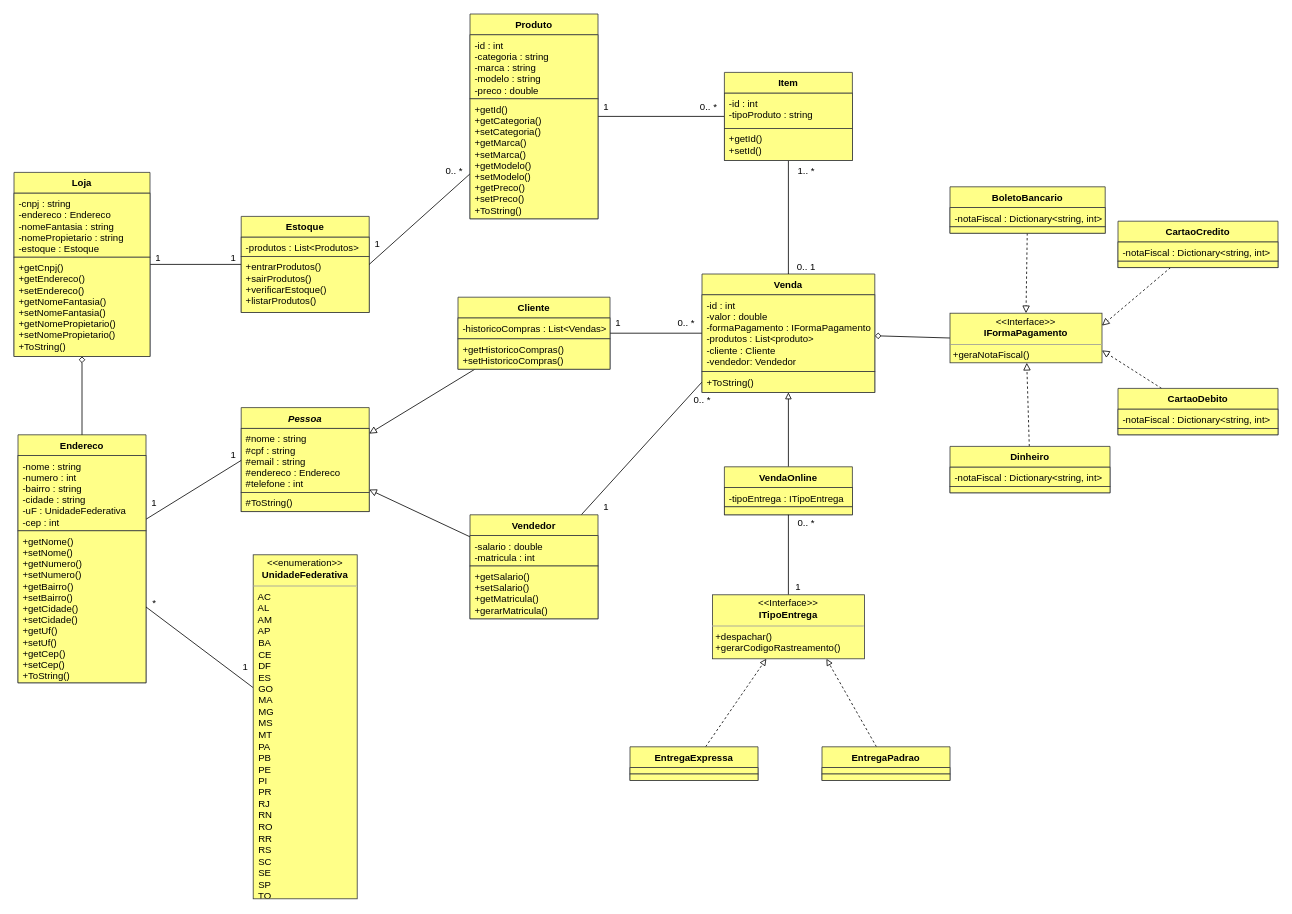
HenriqueMiossi/Loja-de-Roupas keeps this draw.io diagram as docs/loja-de-roupas.drawio.xml. Above is the earlier version. Source tidied: cells renumbered, new cells numbered last; positions are measured from the earlier drawing's top-left corner, leaving out a move shared by most shapes. Both pictures are drawn from the tidied source at 80%, with x=0, y=0 at pixel (14, 14).
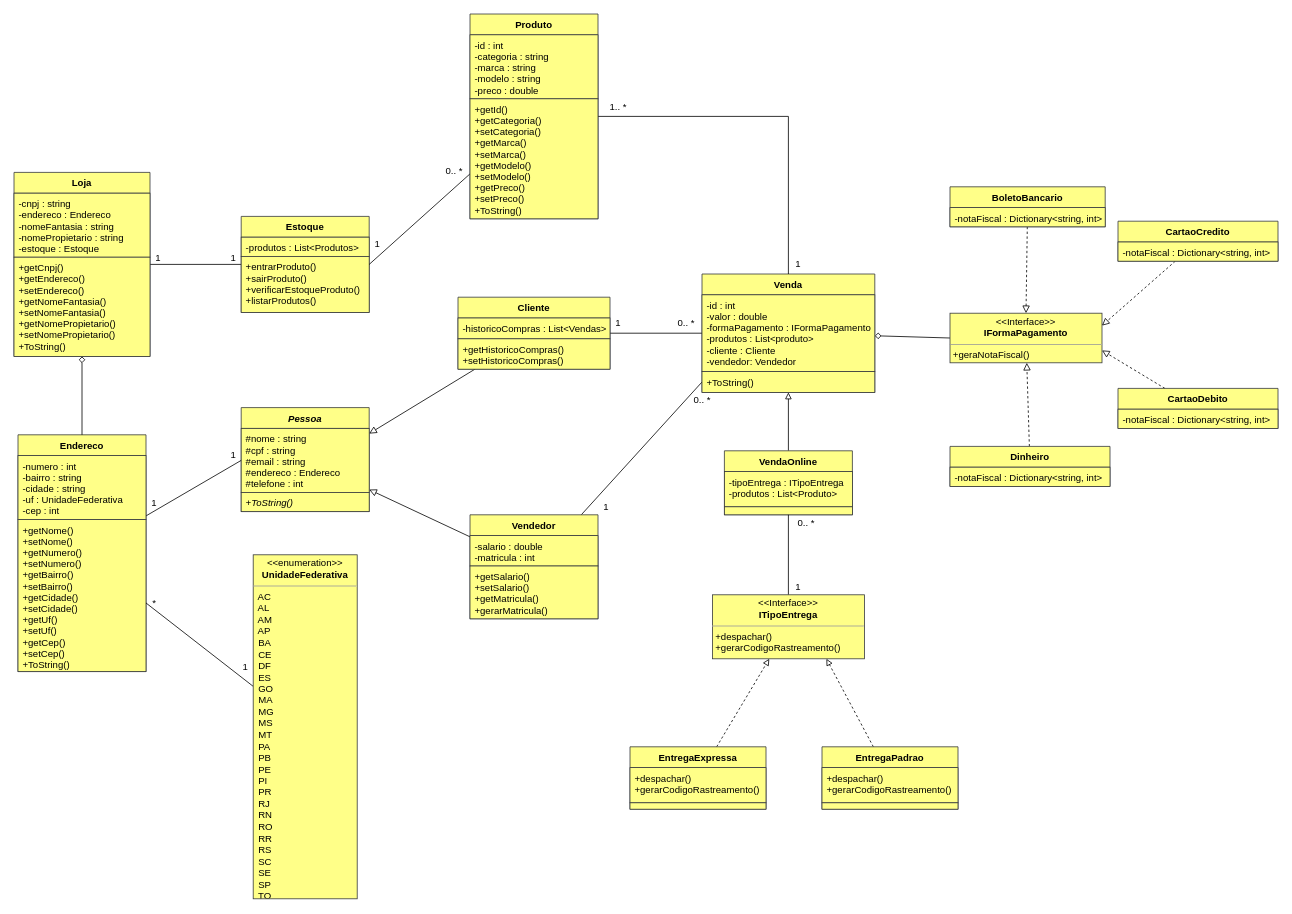
After the change.

The change refers to these unchanged cells:
```xml
<mxCell id="2" value="Pessoa" style="swimlane;fontStyle=3;align=center;verticalAlign=top;horizontal=1;startSize=26;strokeColor=#36393d;fillColor=#ffff88;" parent="1" vertex="1">
  <mxGeometry x="284" y="492" width="160" height="130" as="geometry" />
</mxCell>
<mxCell id="25" value="Venda" style="swimlane;fontStyle=1;align=center;verticalAlign=top;horizontal=1;startSize=26;strokeColor=#36393d;fillColor=#ffff88;" parent="1" vertex="1">
  <mxGeometry x="860" y="325" width="216" height="148" as="geometry" />
</mxCell>
<mxCell id="28" value="Estoque" style="swimlane;fontStyle=1;align=center;verticalAlign=top;horizontal=1;startSize=26;strokeColor=#36393d;fillColor=#ffff88;" parent="1" vertex="1">
  <mxGeometry x="284" y="253" width="160" height="120" as="geometry" />
</mxCell>
<mxCell id="33" value="Produto" style="swimlane;fontStyle=1;align=center;verticalAlign=top;horizontal=1;startSize=26;strokeColor=#36393d;fillColor=#ffff88;" parent="1" vertex="1">
  <mxGeometry x="570" width="160" height="256" as="geometry" />
</mxCell>
```

Diff of the diagram source:
```diff
@@
-    <mxCell id="4" value="#ToString()" style="text;strokeColor=#36393d;fillColor=#ffff88;align=left;verticalAlign=top;spacingLeft=4;spacingRight=4;overflow=hidden;fontStyle=0;" parent="2" vertex="1">
+    <mxCell id="4" value="+ToString()" style="text;strokeColor=#36393d;fillColor=#ffff88;align=left;verticalAlign=top;spacingLeft=4;spacingRight=4;overflow=hidden;fontStyle=2;" parent="2" vertex="1">
       <mxGeometry y="106" width="160" height="24" as="geometry" />
     </mxCell>
@@
     <mxCell id="6" value="Endereco" style="swimlane;fontStyle=1;align=center;verticalAlign=top;horizontal=1;startSize=26;strokeColor=#36393d;fillColor=#ffff88;" parent="1" vertex="1">
-      <mxGeometry x="5" y="526" width="160" height="310" as="geometry" />
+      <mxGeometry x="5" y="526" width="160" height="296" as="geometry" />
     </mxCell>
-    <mxCell id="7" value="-nome : string&#10;-numero : int&#10;-bairro : string&#10;-cidade : string&#10;-uF : UnidadeFederativa&#10;-cep : int" style="text;strokeColor=#36393d;fillColor=#ffff88;align=left;verticalAlign=top;spacingLeft=4;spacingRight=4;overflow=hidden;spacingTop=0;" parent="6" vertex="1">
-      <mxGeometry y="26" width="160" height="94" as="geometry" />
+    <mxCell id="7" value="-numero : int&#10;-bairro : string&#10;-cidade : string&#10;-uf : UnidadeFederativa&#10;-cep : int" style="text;strokeColor=#36393d;fillColor=#ffff88;align=left;verticalAlign=top;spacingLeft=4;spacingRight=4;overflow=hidden;spacingTop=0;" parent="6" vertex="1">
+      <mxGeometry y="26" width="160" height="80" as="geometry" />
     </mxCell>
     <mxCell id="8" value="+getNome()&#10;+setNome()&#10;+getNumero()&#10;+setNumero()&#10;+getBairro()&#10;+setBairro()&#10;+getCidade()&#10;+setCidade()&#10;+getUf()&#10;+setUf()&#10;+getCep()&#10;+setCep()&#10;+ToString()" style="text;strokeColor=#36393d;fillColor=#ffff88;align=left;verticalAlign=top;spacingLeft=4;spacingRight=4;overflow=hidden;fontStyle=0;" parent="6" vertex="1">
-      <mxGeometry y="120" width="160" height="190" as="geometry" />
+      <mxGeometry y="106" width="160" height="190" as="geometry" />
     </mxCell>
@@
-    <mxCell id="30" value="+entrarProdutos()&#10;+sairProdutos()&#10;+verificarEstoque()&#10;+listarProdutos()&#10;" style="text;strokeColor=#36393d;fillColor=#ffff88;align=left;verticalAlign=top;spacingLeft=4;spacingRight=4;overflow=hidden;fontStyle=0;" parent="28" vertex="1">
+    <mxCell id="30" value="+entrarProduto()&#10;+sairProduto()&#10;+verificarEstoqueProduto()&#10;+listarProdutos()&#10;" style="text;strokeColor=#36393d;fillColor=#ffff88;align=left;verticalAlign=top;spacingLeft=4;spacingRight=4;overflow=hidden;fontStyle=0;" parent="28" vertex="1">
       <mxGeometry y="50" width="160" height="70" as="geometry" />
     </mxCell>
@@
-    <mxCell id="32" style="edgeStyle=none;rounded=0;jettySize=auto;html=1;entryX=0;entryY=0.5;entryDx=0;entryDy=0;endArrow=none;endFill=0;" parent="1" edge="1" source="33" target="77">
-      <mxGeometry relative="1" as="geometry" />
-    </mxCell>
+    <mxCell id="92" style="edgeStyle=orthogonalEdgeStyle;rounded=0;jettySize=auto;html=1;entryX=0.5;entryY=0;entryDx=0;entryDy=0;endArrow=none;endFill=0;" parent="1" edge="1" source="33" target="25">
+      <mxGeometry relative="1" as="geometry" />
+    </mxCell>
@@
     <mxCell id="38" value="VendaOnline" style="swimlane;fontStyle=1;align=center;verticalAlign=top;horizontal=1;startSize=26;strokeColor=#36393d;fillColor=#ffff88;" parent="1" vertex="1">
-      <mxGeometry x="888" y="566" width="160" height="60" as="geometry" />
+      <mxGeometry x="888" y="546" width="160" height="80" as="geometry" />
     </mxCell>
-    <mxCell id="39" value="-tipoEntrega : ITipoEntrega" style="text;strokeColor=#36393d;fillColor=#ffff88;align=left;verticalAlign=top;spacingLeft=4;spacingRight=4;overflow=hidden;" parent="38" vertex="1">
-      <mxGeometry y="26" width="160" height="24" as="geometry" />
+    <mxCell id="39" value="-tipoEntrega : ITipoEntrega&#10;-produtos : List&lt;Produto&gt;&#10;" style="text;strokeColor=#36393d;fillColor=#ffff88;align=left;verticalAlign=top;spacingLeft=4;spacingRight=4;overflow=hidden;" parent="38" vertex="1">
+      <mxGeometry y="26" width="160" height="44" as="geometry" />
     </mxCell>
     <mxCell id="40" style="text;strokeColor=#36393d;fillColor=#ffff88;align=left;verticalAlign=top;spacingLeft=4;spacingRight=4;overflow=hidden;fontStyle=0;" parent="38" vertex="1">
-      <mxGeometry y="50" width="160" height="10" as="geometry" />
+      <mxGeometry y="70" width="160" height="10" as="geometry" />
     </mxCell>
@@
     <mxCell id="45" value="EntregaPadrao" style="swimlane;fontStyle=1;align=center;verticalAlign=top;horizontal=1;startSize=26;strokeColor=#36393d;fillColor=#ffff88;" parent="1" vertex="1">
-      <mxGeometry x="1010" y="916" width="160" height="42" as="geometry" />
+      <mxGeometry x="1010" y="916" width="170" height="78" as="geometry" />
     </mxCell>
-    <mxCell id="46" style="text;strokeColor=#36393d;fillColor=#ffff88;align=left;verticalAlign=top;spacingLeft=4;spacingRight=4;overflow=hidden;" parent="45" vertex="1">
-      <mxGeometry y="26" width="160" height="8" as="geometry" />
+    <mxCell id="46" value="+despachar()&#10;+gerarCodigoRastreamento()" style="text;strokeColor=#36393d;fillColor=#ffff88;align=left;verticalAlign=top;spacingLeft=4;spacingRight=4;overflow=hidden;" parent="45" vertex="1">
+      <mxGeometry y="26" width="170" height="44" as="geometry" />
     </mxCell>
     <mxCell id="47" style="text;strokeColor=#36393d;fillColor=#ffff88;align=left;verticalAlign=top;spacingLeft=4;spacingRight=4;overflow=hidden;fontStyle=0;" parent="45" vertex="1">
-      <mxGeometry y="34" width="160" height="8" as="geometry" />
+      <mxGeometry y="70" width="170" height="8" as="geometry" />
     </mxCell>
@@
     <mxCell id="49" value="EntregaExpressa" style="swimlane;fontStyle=1;align=center;verticalAlign=top;horizontal=1;startSize=26;strokeColor=#36393d;fillColor=#ffff88;" parent="1" vertex="1">
-      <mxGeometry x="770" y="916" width="160" height="42" as="geometry" />
+      <mxGeometry x="770" y="916" width="170" height="78" as="geometry" />
     </mxCell>
-    <mxCell id="50" style="text;strokeColor=#36393d;fillColor=#ffff88;align=left;verticalAlign=top;spacingLeft=4;spacingRight=4;overflow=hidden;" parent="49" vertex="1">
-      <mxGeometry y="26" width="160" height="8" as="geometry" />
+    <mxCell id="50" value="+despachar()&#10;+gerarCodigoRastreamento()" style="text;strokeColor=#36393d;fillColor=#ffff88;align=left;verticalAlign=top;spacingLeft=4;spacingRight=4;overflow=hidden;" parent="49" vertex="1">
+      <mxGeometry y="26" width="170" height="44" as="geometry" />
     </mxCell>
     <mxCell id="51" style="text;strokeColor=#36393d;fillColor=#ffff88;align=left;verticalAlign=top;spacingLeft=4;spacingRight=4;overflow=hidden;fontStyle=0;" parent="49" vertex="1">
-      <mxGeometry y="34" width="160" height="8" as="geometry" />
+      <mxGeometry y="70" width="170" height="8" as="geometry" />
     </mxCell>
@@
     <mxCell id="53" value="Dinheiro" style="swimlane;fontStyle=1;align=center;verticalAlign=top;horizontal=1;startSize=26;strokeColor=#36393d;fillColor=#ffff88;" parent="1" vertex="1">
-      <mxGeometry x="1170" y="540.5" width="200" height="58" as="geometry" />
+      <mxGeometry x="1170" y="540.5" width="200" height="50" as="geometry" />
     </mxCell>
@@
-    <mxCell id="55" style="text;strokeColor=#36393d;fillColor=#ffff88;align=left;verticalAlign=top;spacingLeft=4;spacingRight=4;overflow=hidden;fontStyle=0;" parent="53" vertex="1">
-      <mxGeometry y="50" width="200" height="8" as="geometry" />
-    </mxCell>
@@
     <mxCell id="57" value="CartaoDebito" style="swimlane;fontStyle=1;align=center;verticalAlign=top;horizontal=1;startSize=26;strokeColor=#36393d;fillColor=#ffff88;" parent="1" vertex="1">
-      <mxGeometry x="1380" y="468" width="200" height="58" as="geometry" />
+      <mxGeometry x="1380" y="468" width="200" height="50" as="geometry" />
     </mxCell>
@@
-    <mxCell id="59" style="text;strokeColor=#36393d;fillColor=#ffff88;align=left;verticalAlign=top;spacingLeft=4;spacingRight=4;overflow=hidden;fontStyle=0;" parent="57" vertex="1">
-      <mxGeometry y="50" width="200" height="8" as="geometry" />
-    </mxCell>
@@
     <mxCell id="61" value="CartaoCredito" style="swimlane;fontStyle=1;align=center;verticalAlign=top;horizontal=1;startSize=26;strokeColor=#36393d;fillColor=#ffff88;" parent="1" vertex="1">
-      <mxGeometry x="1380" y="259" width="200" height="58" as="geometry" />
+      <mxGeometry x="1380" y="259" width="200" height="50" as="geometry" />
     </mxCell>
@@
-    <mxCell id="63" style="text;strokeColor=#36393d;fillColor=#ffff88;align=left;verticalAlign=top;spacingLeft=4;spacingRight=4;overflow=hidden;fontStyle=0;" parent="61" vertex="1">
-      <mxGeometry y="50" width="200" height="8" as="geometry" />
-    </mxCell>
@@
     <mxCell id="65" value="BoletoBancario" style="swimlane;fontStyle=1;align=center;verticalAlign=top;horizontal=1;startSize=26;strokeColor=#36393d;fillColor=#ffff88;" parent="1" vertex="1">
-      <mxGeometry x="1170" y="216" width="194" height="58" as="geometry" />
+      <mxGeometry x="1170" y="216" width="194" height="50" as="geometry" />
     </mxCell>
@@
-    <mxCell id="67" style="text;strokeColor=#36393d;fillColor=#ffff88;align=left;verticalAlign=top;spacingLeft=4;spacingRight=4;overflow=hidden;fontStyle=0;" parent="65" vertex="1">
-      <mxGeometry y="50" width="194" height="8" as="geometry" />
-    </mxCell>
@@
-    <mxCell id="76" style="rounded=0;jettySize=auto;html=1;endArrow=none;endFill=0;" parent="1" edge="1" source="77" target="25">
-      <mxGeometry relative="1" as="geometry" />
-    </mxCell>
-    <mxCell id="77" value="Item" style="swimlane;fontStyle=1;align=center;verticalAlign=top;horizontal=1;startSize=26;strokeColor=#36393d;fillColor=#ffff88;" parent="1" vertex="1">
-      <mxGeometry x="888" y="73" width="160" height="110" as="geometry" />
-    </mxCell>
-    <mxCell id="78" value="-id : int&#10;-tipoProduto : string" style="text;strokeColor=#36393d;fillColor=#ffff88;align=left;verticalAlign=top;spacingLeft=4;spacingRight=4;overflow=hidden;" parent="77" vertex="1">
-      <mxGeometry y="26" width="160" height="44" as="geometry" />
-    </mxCell>
-    <mxCell id="79" value="+getId()&#10;+setId()&#10;" style="text;strokeColor=#36393d;fillColor=#ffff88;align=left;verticalAlign=top;spacingLeft=4;spacingRight=4;overflow=hidden;fontStyle=0;" parent="77" vertex="1">
-      <mxGeometry y="70" width="160" height="40" as="geometry" />
-    </mxCell>
-    <mxCell id="80" value="0.. *" style="text;html=1;align=center;verticalAlign=middle;strokeColor=none;fillColor=none;" parent="1" vertex="1">
-      <mxGeometry x="848" y="106" width="40" height="20" as="geometry" />
-    </mxCell>
-    <mxCell id="81" value="&lt;span style=&quot;white-space: pre&quot;&gt;&lt;span style=&quot;white-space: pre&quot;&gt;1&lt;/span&gt;&lt;/span&gt;" style="text;html=1;align=center;verticalAlign=middle;strokeColor=none;fillColor=none;" parent="1" vertex="1">
-      <mxGeometry x="730" y="106" width="20" height="20" as="geometry" />
-    </mxCell>
-    <mxCell id="82" value="1.. *" style="text;html=1;align=center;verticalAlign=middle;strokeColor=none;fillColor=none;" parent="1" vertex="1">
-      <mxGeometry x="970" y="186" width="40" height="20" as="geometry" />
-    </mxCell>
-    <mxCell id="83" value="0.. 1" style="text;html=1;align=center;verticalAlign=middle;strokeColor=none;fillColor=none;" parent="1" vertex="1">
-      <mxGeometry x="970" y="306" width="40" height="20" as="geometry" />
-    </mxCell>
@@
+    <mxCell id="82" value="1.. *" style="text;html=1;align=center;verticalAlign=middle;strokeColor=none;" parent="1" vertex="1">
+      <mxGeometry x="735" y="106" width="40" height="20" as="geometry" />
+    </mxCell>
+    <mxCell id="81" value="1" style="text;html=1;align=center;verticalAlign=middle;strokeColor=none;fillColor=none;" parent="1" vertex="1">
+      <mxGeometry x="970" y="303" width="20" height="20" as="geometry" />
+    </mxCell>
```
